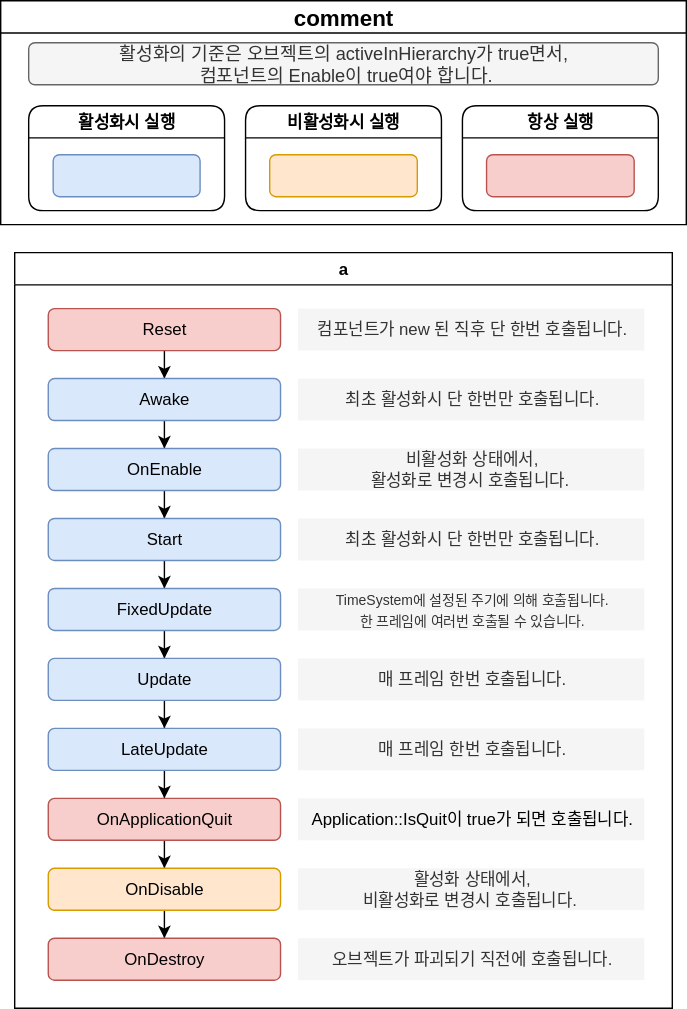
Above: Diagram/ComponentLifeCycleFlowchart.drawio.svg in Scarecrow37/VanishingGround (draw.io), before the change. Source tidied: cells renumbered, new cells last; positions are measured from the earlier drawing's top-left corner, leaving out a move shared by most shapes. The source it was exported from:
```xml
<mxGraphModel background="light-dark(#FFFFFF,#FFFFFF)">
  <root>
    <mxCell id="0" />
    <mxCell id="1" parent="0" />
    <mxCell id="2" value="a" style="swimlane;whiteSpace=wrap;html=1;" parent="1" vertex="1">
      <mxGeometry x="10" y="180" width="470" height="540" as="geometry" />
    </mxCell>
    <mxCell id="3" style="edgeStyle=orthogonalEdgeStyle;rounded=0;jettySize=auto;html=1;" parent="2" edge="1" source="4" target="7">
      <mxGeometry relative="1" as="geometry" />
    </mxCell>
    <mxCell id="4" value="Reset" style="rounded=1;whiteSpace=wrap;html=1;fillColor=#f8cecc;strokeColor=#b85450;" parent="2" vertex="1">
      <mxGeometry x="24" y="40" width="166" height="30" as="geometry" />
    </mxCell>
    <mxCell id="5" value="컴포넌트가 new 된 직후 단 한번 호출됩니다." style="text;html=1;align=center;verticalAlign=middle;whiteSpace=wrap;rounded=0;fillColor=#f5f5f5;strokeColor=none;fontColor=#333333;" parent="2" vertex="1">
      <mxGeometry x="202.5" y="40" width="247.5" height="30" as="geometry" />
    </mxCell>
    <mxCell id="6" style="edgeStyle=orthogonalEdgeStyle;rounded=0;jettySize=auto;html=1;" parent="2" edge="1" source="7" target="10">
      <mxGeometry relative="1" as="geometry" />
    </mxCell>
    <mxCell id="7" value="Awake" style="rounded=1;whiteSpace=wrap;html=1;fillColor=#dae8fc;strokeColor=#6c8ebf;" parent="2" vertex="1">
      <mxGeometry x="24" y="90" width="166" height="30" as="geometry" />
    </mxCell>
    <mxCell id="8" value="최초 활성화시 단 한번만 호출됩니다." style="text;html=1;align=center;verticalAlign=middle;whiteSpace=wrap;rounded=0;fillColor=#f5f5f5;strokeColor=none;fontColor=#333333;" parent="2" vertex="1">
      <mxGeometry x="202.5" y="90" width="247.5" height="30" as="geometry" />
    </mxCell>
    <mxCell id="9" style="edgeStyle=orthogonalEdgeStyle;rounded=0;jettySize=auto;html=1;" parent="2" edge="1" source="10" target="13">
      <mxGeometry relative="1" as="geometry" />
    </mxCell>
    <mxCell id="10" value="OnEnable" style="rounded=1;whiteSpace=wrap;html=1;fillColor=#dae8fc;strokeColor=#6c8ebf;" parent="2" vertex="1">
      <mxGeometry x="24" y="140" width="166" height="30" as="geometry" />
    </mxCell>
    <mxCell id="11" value="비활성화 상태에서,&lt;div&gt;활성화로 변경시 호출됩니다.&amp;nbsp;&lt;/div&gt;" style="text;html=1;align=center;verticalAlign=middle;whiteSpace=wrap;rounded=0;fillColor=#f5f5f5;strokeColor=none;fontColor=#333333;" parent="2" vertex="1">
      <mxGeometry x="202.5" y="140" width="247.5" height="30" as="geometry" />
    </mxCell>
    <mxCell id="12" style="edgeStyle=orthogonalEdgeStyle;rounded=0;jettySize=auto;html=1;" parent="2" edge="1" source="13" target="16">
      <mxGeometry relative="1" as="geometry" />
    </mxCell>
    <mxCell id="13" value="Start" style="rounded=1;whiteSpace=wrap;html=1;fillColor=#dae8fc;strokeColor=#6c8ebf;" parent="2" vertex="1">
      <mxGeometry x="24" y="190" width="166" height="30" as="geometry" />
    </mxCell>
    <mxCell id="14" value="최초 활성화시 단 한번만 호출됩니다." style="text;html=1;align=center;verticalAlign=middle;whiteSpace=wrap;rounded=0;fillColor=#f5f5f5;strokeColor=none;fontColor=#333333;" parent="2" vertex="1">
      <mxGeometry x="202.5" y="190" width="247.5" height="30" as="geometry" />
    </mxCell>
    <mxCell id="15" style="edgeStyle=orthogonalEdgeStyle;rounded=0;jettySize=auto;html=1;" parent="2" edge="1" source="16" target="19">
      <mxGeometry relative="1" as="geometry" />
    </mxCell>
    <mxCell id="16" value="FixedUpdate" style="rounded=1;whiteSpace=wrap;html=1;fillColor=#dae8fc;strokeColor=#6c8ebf;" parent="2" vertex="1">
      <mxGeometry x="24" y="240" width="166" height="30" as="geometry" />
    </mxCell>
    <mxCell id="17" value="&lt;font style=&quot;font-size: 10px;&quot;&gt;TimeSystem에 설정된 주기에 의해 호출됩니다.&lt;/font&gt;&lt;div&gt;&lt;font style=&quot;font-size: 10px;&quot;&gt;한 프레임에 여러번 호출될 수 있습니다.&lt;/font&gt;&lt;/div&gt;" style="text;html=1;align=center;verticalAlign=middle;whiteSpace=wrap;rounded=0;fillColor=#f5f5f5;strokeColor=none;fontColor=#333333;" parent="2" vertex="1">
      <mxGeometry x="202.5" y="240" width="247.5" height="30" as="geometry" />
    </mxCell>
    <mxCell id="18" style="edgeStyle=orthogonalEdgeStyle;rounded=0;jettySize=auto;html=1;entryX=0.5;entryY=0;entryDx=0;entryDy=0;" parent="2" edge="1" source="19" target="22">
      <mxGeometry relative="1" as="geometry" />
    </mxCell>
    <mxCell id="19" value="Update" style="rounded=1;whiteSpace=wrap;html=1;fillColor=#dae8fc;strokeColor=#6c8ebf;" parent="2" vertex="1">
      <mxGeometry x="24" y="290" width="166" height="30" as="geometry" />
    </mxCell>
    <mxCell id="20" value="매 프레임 한번 호출됩니다." style="text;html=1;align=center;verticalAlign=middle;whiteSpace=wrap;rounded=0;fillColor=#f5f5f5;strokeColor=none;fontColor=#333333;" parent="2" vertex="1">
      <mxGeometry x="202.5" y="290" width="247.5" height="30" as="geometry" />
    </mxCell>
    <mxCell id="21" style="edgeStyle=orthogonalEdgeStyle;rounded=0;jettySize=auto;html=1;" parent="2" edge="1" source="22" target="25">
      <mxGeometry relative="1" as="geometry" />
    </mxCell>
    <mxCell id="22" value="LateUpdate" style="rounded=1;whiteSpace=wrap;html=1;fillColor=#dae8fc;strokeColor=#6c8ebf;" parent="2" vertex="1">
      <mxGeometry x="24" y="340" width="166" height="30" as="geometry" />
    </mxCell>
    <mxCell id="23" value="매 프레임 한번 호출됩니다." style="text;html=1;align=center;verticalAlign=middle;whiteSpace=wrap;rounded=0;fillColor=#f5f5f5;strokeColor=none;fontColor=#333333;" parent="2" vertex="1">
      <mxGeometry x="202.5" y="340" width="247.5" height="30" as="geometry" />
    </mxCell>
    <mxCell id="24" style="edgeStyle=orthogonalEdgeStyle;rounded=0;jettySize=auto;html=1;" parent="2" edge="1" source="25" target="28">
      <mxGeometry relative="1" as="geometry" />
    </mxCell>
    <mxCell id="25" value="OnApplicationQuit" style="rounded=1;whiteSpace=wrap;html=1;fillColor=#f8cecc;strokeColor=#b85450;" parent="2" vertex="1">
      <mxGeometry x="24" y="390" width="166" height="30" as="geometry" />
    </mxCell>
    <mxCell id="26" value="&lt;span style=&quot;color: rgb(0, 0, 0);&quot;&gt;Application::IsQuit이 true가 되면 호출됩니다.&lt;/span&gt;" style="text;html=1;align=center;verticalAlign=middle;whiteSpace=wrap;rounded=0;fillColor=#f5f5f5;strokeColor=none;fontColor=#333333;" parent="2" vertex="1">
      <mxGeometry x="202.5" y="390" width="247.5" height="30" as="geometry" />
    </mxCell>
    <mxCell id="27" style="edgeStyle=orthogonalEdgeStyle;rounded=0;jettySize=auto;html=1;" parent="2" edge="1" source="28" target="30">
      <mxGeometry relative="1" as="geometry" />
    </mxCell>
    <mxCell id="28" value="OnDisable" style="rounded=1;whiteSpace=wrap;html=1;fillColor=#ffe6cc;strokeColor=#d79b00;" parent="2" vertex="1">
      <mxGeometry x="24" y="440" width="166" height="30" as="geometry" />
    </mxCell>
    <mxCell id="29" value="활성화 상태에서,&lt;div&gt;비활성화로 변경시 호출됩니다.&amp;nbsp;&lt;/div&gt;" style="text;html=1;align=center;verticalAlign=middle;whiteSpace=wrap;rounded=0;fillColor=#f5f5f5;strokeColor=none;fontColor=#333333;" parent="2" vertex="1">
      <mxGeometry x="202.5" y="440" width="247.5" height="30" as="geometry" />
    </mxCell>
    <mxCell id="30" value="OnDestroy" style="rounded=1;whiteSpace=wrap;html=1;fillColor=#f8cecc;strokeColor=#b85450;" parent="2" vertex="1">
      <mxGeometry x="24" y="490" width="166" height="30" as="geometry" />
    </mxCell>
    <mxCell id="31" value="오브젝트가 파괴되기 직전에 호출됩니다." style="text;html=1;align=center;verticalAlign=middle;whiteSpace=wrap;rounded=0;fillColor=#f5f5f5;strokeColor=none;fontColor=#333333;" parent="2" vertex="1">
      <mxGeometry x="202.5" y="490" width="247.5" height="30" as="geometry" />
    </mxCell>
    <mxCell id="32" value="&lt;span style=&quot;font-family: Arial, sans-serif; text-align: start;&quot;&gt;&lt;font style=&quot;color: rgb(0, 0, 0); font-size: 16px;&quot;&gt;comment&lt;/font&gt;&lt;/span&gt;" style="swimlane;whiteSpace=wrap;html=1;" parent="1" vertex="1">
      <mxGeometry width="490" height="160" as="geometry" />
    </mxCell>
    <mxCell id="33" value="&lt;font style=&quot;font-size: 13px;&quot;&gt;활성화의 기준은 오브젝트의 activeInHierarchy가 true면서,&lt;/font&gt;&lt;div&gt;&lt;font style=&quot;font-size: 13px;&quot;&gt;&amp;nbsp;컴포넌트의 Enable이 true여야 합니다.&lt;/font&gt;&lt;/div&gt;" style="text;html=1;align=center;verticalAlign=middle;whiteSpace=wrap;rounded=1;fillColor=#f5f5f5;strokeColor=#666666;fontColor=#333333;" parent="32" vertex="1">
      <mxGeometry x="20" y="30" width="450" height="30" as="geometry" />
    </mxCell>
    <mxCell id="34" value="활성화시 실행" style="swimlane;whiteSpace=wrap;html=1;rounded=1;" parent="32" vertex="1">
      <mxGeometry x="20" y="75" width="140" height="75" as="geometry" />
    </mxCell>
    <mxCell id="35" style="rounded=1;whiteSpace=wrap;html=1;fillColor=#dae8fc;strokeColor=#6c8ebf;" parent="34" vertex="1">
      <mxGeometry x="17.5" y="35" width="105" height="30" as="geometry" />
    </mxCell>
    <mxCell id="36" value="비활성화시 실행" style="swimlane;whiteSpace=wrap;html=1;rounded=1;" parent="32" vertex="1">
      <mxGeometry x="175" y="75" width="140" height="75" as="geometry" />
    </mxCell>
    <mxCell id="37" style="rounded=1;whiteSpace=wrap;html=1;fillColor=#ffe6cc;strokeColor=#d79b00;" parent="36" vertex="1">
      <mxGeometry x="17.2" y="35" width="105.5" height="30" as="geometry" />
    </mxCell>
    <mxCell id="38" value="항상 실행" style="swimlane;whiteSpace=wrap;html=1;rounded=1;" parent="32" vertex="1">
      <mxGeometry x="330" y="75" width="140" height="75" as="geometry" />
    </mxCell>
    <mxCell id="39" style="rounded=1;whiteSpace=wrap;html=1;fillColor=#f8cecc;strokeColor=#b85450;" parent="38" vertex="1">
      <mxGeometry x="17.2" y="35" width="105.5" height="30" as="geometry" />
    </mxCell>
  </root>
</mxGraphModel>
```
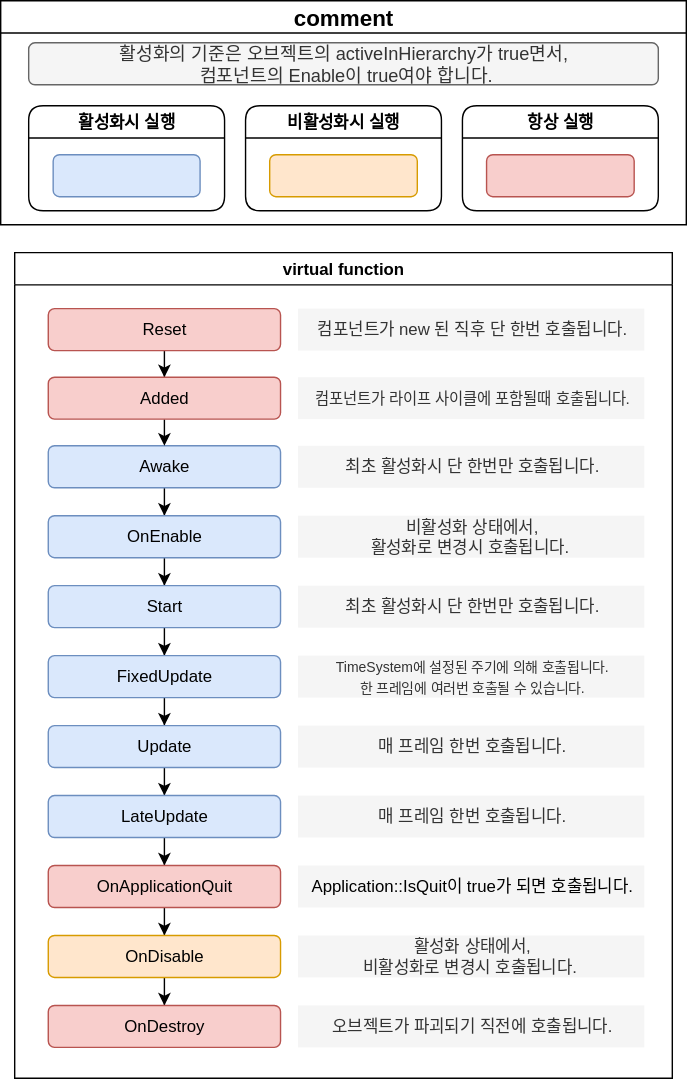
Later version of the same file.

Diff of the diagram source:
```diff
@@ -2,12 +2,12 @@
   <root>
     <mxCell id="0" />
     <mxCell id="1" parent="0" />
-    <mxCell id="2" value="a" style="swimlane;whiteSpace=wrap;html=1;" parent="1" vertex="1">
-      <mxGeometry x="10" y="180" width="470" height="540" as="geometry" />
+    <mxCell id="2" value="virtual function" style="swimlane;whiteSpace=wrap;html=1;" parent="1" vertex="1">
+      <mxGeometry x="10" y="180" width="470" height="590" as="geometry" />
     </mxCell>
-    <mxCell id="3" style="edgeStyle=orthogonalEdgeStyle;rounded=0;jettySize=auto;html=1;" parent="2" edge="1" source="4" target="7">
-      <mxGeometry relative="1" as="geometry" />
-    </mxCell>
+    <mxCell id="40" style="edgeStyle=orthogonalEdgeStyle;rounded=0;jettySize=auto;html=1;" parent="2" edge="1" source="4" target="42">
+      <mxGeometry relative="1" as="geometry" />
+    </mxCell>
     <mxCell id="4" value="Reset" style="rounded=1;whiteSpace=wrap;html=1;fillColor=#f8cecc;strokeColor=#b85450;" parent="2" vertex="1">
       <mxGeometry x="24" y="40" width="166" height="30" as="geometry" />
     </mxCell>
@@ -18,80 +18,89 @@
       <mxGeometry relative="1" as="geometry" />
     </mxCell>
     <mxCell id="7" value="Awake" style="rounded=1;whiteSpace=wrap;html=1;fillColor=#dae8fc;strokeColor=#6c8ebf;" parent="2" vertex="1">
-      <mxGeometry x="24" y="90" width="166" height="30" as="geometry" />
+      <mxGeometry x="24" y="138" width="166" height="30" as="geometry" />
     </mxCell>
     <mxCell id="8" value="최초 활성화시 단 한번만 호출됩니다." style="text;html=1;align=center;verticalAlign=middle;whiteSpace=wrap;rounded=0;fillColor=#f5f5f5;strokeColor=none;fontColor=#333333;" parent="2" vertex="1">
-      <mxGeometry x="202.5" y="90" width="247.5" height="30" as="geometry" />
+      <mxGeometry x="202.5" y="138" width="247.5" height="30" as="geometry" />
     </mxCell>
     <mxCell id="9" style="edgeStyle=orthogonalEdgeStyle;rounded=0;jettySize=auto;html=1;" parent="2" edge="1" source="10" target="13">
       <mxGeometry relative="1" as="geometry" />
     </mxCell>
     <mxCell id="10" value="OnEnable" style="rounded=1;whiteSpace=wrap;html=1;fillColor=#dae8fc;strokeColor=#6c8ebf;" parent="2" vertex="1">
-      <mxGeometry x="24" y="140" width="166" height="30" as="geometry" />
+      <mxGeometry x="24" y="188" width="166" height="30" as="geometry" />
     </mxCell>
     <mxCell id="11" value="비활성화 상태에서,&lt;div&gt;활성화로 변경시 호출됩니다.&amp;nbsp;&lt;/div&gt;" style="text;html=1;align=center;verticalAlign=middle;whiteSpace=wrap;rounded=0;fillColor=#f5f5f5;strokeColor=none;fontColor=#333333;" parent="2" vertex="1">
-      <mxGeometry x="202.5" y="140" width="247.5" height="30" as="geometry" />
+      <mxGeometry x="202.5" y="188" width="247.5" height="30" as="geometry" />
     </mxCell>
     <mxCell id="12" style="edgeStyle=orthogonalEdgeStyle;rounded=0;jettySize=auto;html=1;" parent="2" edge="1" source="13" target="16">
       <mxGeometry relative="1" as="geometry" />
     </mxCell>
     <mxCell id="13" value="Start" style="rounded=1;whiteSpace=wrap;html=1;fillColor=#dae8fc;strokeColor=#6c8ebf;" parent="2" vertex="1">
-      <mxGeometry x="24" y="190" width="166" height="30" as="geometry" />
+      <mxGeometry x="24" y="238" width="166" height="30" as="geometry" />
     </mxCell>
     <mxCell id="14" value="최초 활성화시 단 한번만 호출됩니다." style="text;html=1;align=center;verticalAlign=middle;whiteSpace=wrap;rounded=0;fillColor=#f5f5f5;strokeColor=none;fontColor=#333333;" parent="2" vertex="1">
-      <mxGeometry x="202.5" y="190" width="247.5" height="30" as="geometry" />
+      <mxGeometry x="202.5" y="238" width="247.5" height="30" as="geometry" />
     </mxCell>
     <mxCell id="15" style="edgeStyle=orthogonalEdgeStyle;rounded=0;jettySize=auto;html=1;" parent="2" edge="1" source="16" target="19">
       <mxGeometry relative="1" as="geometry" />
     </mxCell>
     <mxCell id="16" value="FixedUpdate" style="rounded=1;whiteSpace=wrap;html=1;fillColor=#dae8fc;strokeColor=#6c8ebf;" parent="2" vertex="1">
-      <mxGeometry x="24" y="240" width="166" height="30" as="geometry" />
+      <mxGeometry x="24" y="288" width="166" height="30" as="geometry" />
     </mxCell>
     <mxCell id="17" value="&lt;font style=&quot;font-size: 10px;&quot;&gt;TimeSystem에 설정된 주기에 의해 호출됩니다.&lt;/font&gt;&lt;div&gt;&lt;font style=&quot;font-size: 10px;&quot;&gt;한 프레임에 여러번 호출될 수 있습니다.&lt;/font&gt;&lt;/div&gt;" style="text;html=1;align=center;verticalAlign=middle;whiteSpace=wrap;rounded=0;fillColor=#f5f5f5;strokeColor=none;fontColor=#333333;" parent="2" vertex="1">
-      <mxGeometry x="202.5" y="240" width="247.5" height="30" as="geometry" />
+      <mxGeometry x="202.5" y="288" width="247.5" height="30" as="geometry" />
     </mxCell>
     <mxCell id="18" style="edgeStyle=orthogonalEdgeStyle;rounded=0;jettySize=auto;html=1;entryX=0.5;entryY=0;entryDx=0;entryDy=0;" parent="2" edge="1" source="19" target="22">
       <mxGeometry relative="1" as="geometry" />
     </mxCell>
     <mxCell id="19" value="Update" style="rounded=1;whiteSpace=wrap;html=1;fillColor=#dae8fc;strokeColor=#6c8ebf;" parent="2" vertex="1">
-      <mxGeometry x="24" y="290" width="166" height="30" as="geometry" />
+      <mxGeometry x="24" y="338" width="166" height="30" as="geometry" />
     </mxCell>
     <mxCell id="20" value="매 프레임 한번 호출됩니다." style="text;html=1;align=center;verticalAlign=middle;whiteSpace=wrap;rounded=0;fillColor=#f5f5f5;strokeColor=none;fontColor=#333333;" parent="2" vertex="1">
-      <mxGeometry x="202.5" y="290" width="247.5" height="30" as="geometry" />
+      <mxGeometry x="202.5" y="338" width="247.5" height="30" as="geometry" />
     </mxCell>
     <mxCell id="21" style="edgeStyle=orthogonalEdgeStyle;rounded=0;jettySize=auto;html=1;" parent="2" edge="1" source="22" target="25">
       <mxGeometry relative="1" as="geometry" />
     </mxCell>
     <mxCell id="22" value="LateUpdate" style="rounded=1;whiteSpace=wrap;html=1;fillColor=#dae8fc;strokeColor=#6c8ebf;" parent="2" vertex="1">
-      <mxGeometry x="24" y="340" width="166" height="30" as="geometry" />
+      <mxGeometry x="24" y="388" width="166" height="30" as="geometry" />
     </mxCell>
     <mxCell id="23" value="매 프레임 한번 호출됩니다." style="text;html=1;align=center;verticalAlign=middle;whiteSpace=wrap;rounded=0;fillColor=#f5f5f5;strokeColor=none;fontColor=#333333;" parent="2" vertex="1">
-      <mxGeometry x="202.5" y="340" width="247.5" height="30" as="geometry" />
+      <mxGeometry x="202.5" y="388" width="247.5" height="30" as="geometry" />
     </mxCell>
     <mxCell id="24" style="edgeStyle=orthogonalEdgeStyle;rounded=0;jettySize=auto;html=1;" parent="2" edge="1" source="25" target="28">
       <mxGeometry relative="1" as="geometry" />
     </mxCell>
     <mxCell id="25" value="OnApplicationQuit" style="rounded=1;whiteSpace=wrap;html=1;fillColor=#f8cecc;strokeColor=#b85450;" parent="2" vertex="1">
-      <mxGeometry x="24" y="390" width="166" height="30" as="geometry" />
+      <mxGeometry x="24" y="438" width="166" height="30" as="geometry" />
     </mxCell>
     <mxCell id="26" value="&lt;span style=&quot;color: rgb(0, 0, 0);&quot;&gt;Application::IsQuit이 true가 되면 호출됩니다.&lt;/span&gt;" style="text;html=1;align=center;verticalAlign=middle;whiteSpace=wrap;rounded=0;fillColor=#f5f5f5;strokeColor=none;fontColor=#333333;" parent="2" vertex="1">
-      <mxGeometry x="202.5" y="390" width="247.5" height="30" as="geometry" />
+      <mxGeometry x="202.5" y="438" width="247.5" height="30" as="geometry" />
     </mxCell>
     <mxCell id="27" style="edgeStyle=orthogonalEdgeStyle;rounded=0;jettySize=auto;html=1;" parent="2" edge="1" source="28" target="30">
       <mxGeometry relative="1" as="geometry" />
     </mxCell>
     <mxCell id="28" value="OnDisable" style="rounded=1;whiteSpace=wrap;html=1;fillColor=#ffe6cc;strokeColor=#d79b00;" parent="2" vertex="1">
-      <mxGeometry x="24" y="440" width="166" height="30" as="geometry" />
+      <mxGeometry x="24" y="488" width="166" height="30" as="geometry" />
     </mxCell>
     <mxCell id="29" value="활성화 상태에서,&lt;div&gt;비활성화로 변경시 호출됩니다.&amp;nbsp;&lt;/div&gt;" style="text;html=1;align=center;verticalAlign=middle;whiteSpace=wrap;rounded=0;fillColor=#f5f5f5;strokeColor=none;fontColor=#333333;" parent="2" vertex="1">
-      <mxGeometry x="202.5" y="440" width="247.5" height="30" as="geometry" />
+      <mxGeometry x="202.5" y="488" width="247.5" height="30" as="geometry" />
     </mxCell>
     <mxCell id="30" value="OnDestroy" style="rounded=1;whiteSpace=wrap;html=1;fillColor=#f8cecc;strokeColor=#b85450;" parent="2" vertex="1">
-      <mxGeometry x="24" y="490" width="166" height="30" as="geometry" />
+      <mxGeometry x="24" y="538" width="166" height="30" as="geometry" />
     </mxCell>
     <mxCell id="31" value="오브젝트가 파괴되기 직전에 호출됩니다." style="text;html=1;align=center;verticalAlign=middle;whiteSpace=wrap;rounded=0;fillColor=#f5f5f5;strokeColor=none;fontColor=#333333;" parent="2" vertex="1">
-      <mxGeometry x="202.5" y="490" width="247.5" height="30" as="geometry" />
+      <mxGeometry x="202.5" y="538" width="247.5" height="30" as="geometry" />
     </mxCell>
+    <mxCell id="41" style="edgeStyle=orthogonalEdgeStyle;rounded=0;jettySize=auto;html=1;exitX=0.5;exitY=1;exitDx=0;exitDy=0;entryX=0.5;entryY=0;entryDx=0;entryDy=0;" parent="2" edge="1" source="42" target="7">
+      <mxGeometry relative="1" as="geometry" />
+    </mxCell>
+    <mxCell id="42" value="Added" style="rounded=1;whiteSpace=wrap;html=1;fillColor=#f8cecc;strokeColor=#b85450;" parent="2" vertex="1">
+      <mxGeometry x="24" y="89" width="166" height="30" as="geometry" />
+    </mxCell>
+    <mxCell id="43" value="&lt;font style=&quot;font-size: 11px;&quot;&gt;컴포넌트가 라이프 사이클에 포함될때 호출됩니다.&lt;/font&gt;" style="text;html=1;align=center;verticalAlign=middle;whiteSpace=wrap;rounded=0;fillColor=#f5f5f5;strokeColor=none;fontColor=#333333;" parent="2" vertex="1">
+      <mxGeometry x="202.5" y="89" width="247.5" height="30" as="geometry" />
+    </mxCell>
     <mxCell id="32" value="&lt;span style=&quot;font-family: Arial, sans-serif; text-align: start;&quot;&gt;&lt;font style=&quot;color: rgb(0, 0, 0); font-size: 16px;&quot;&gt;comment&lt;/font&gt;&lt;/span&gt;" style="swimlane;whiteSpace=wrap;html=1;" parent="1" vertex="1">
       <mxGeometry width="490" height="160" as="geometry" />
     </mxCell>
```
